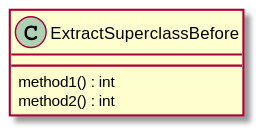
Above: uml/Extract/Before/ExtractSuperclassBefore.svg in claremacrae/RefactoringSamples (PlantUML), before the change.
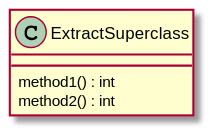
The same diagram one commit later.

Commit message:
Remove unnecessary Before suffix from class names

What changed in the source:
```diff
@@ -1,5 +1,5 @@
 @startuml
-class ExtractSuperclassBefore {
+class ExtractSuperclass {
     method1() : int
     method2() : int
 }
```
